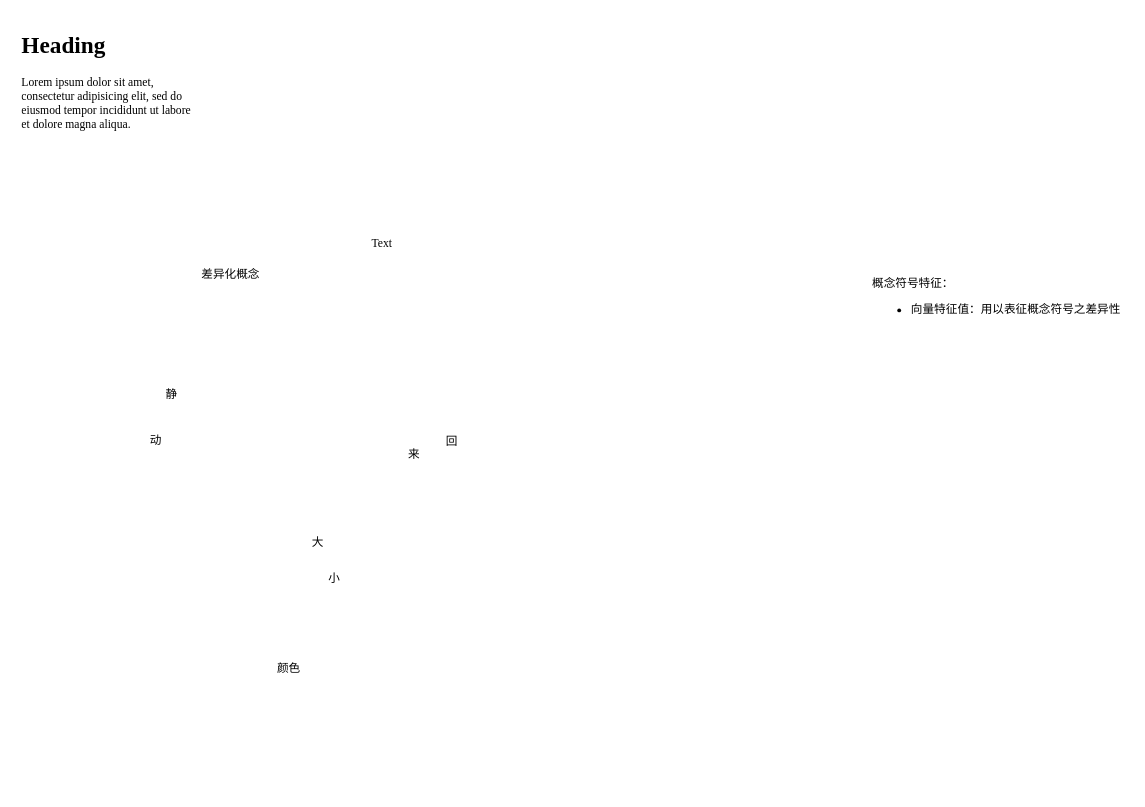
Above: page "概念结构" (6 of 8) of Analyse/总体分析框架.drawio in EntelechySystem/EntelechySystem_theory (draw.io), before the change. Source tidied: cells renumbered, new cells numbered last; positions are measured from the earlier drawing's top-left corner, leaving out a move shared by most shapes. Both pictures are drawn from the tidied source at 97%, with x=0, y=0 at pixel (16, 26).
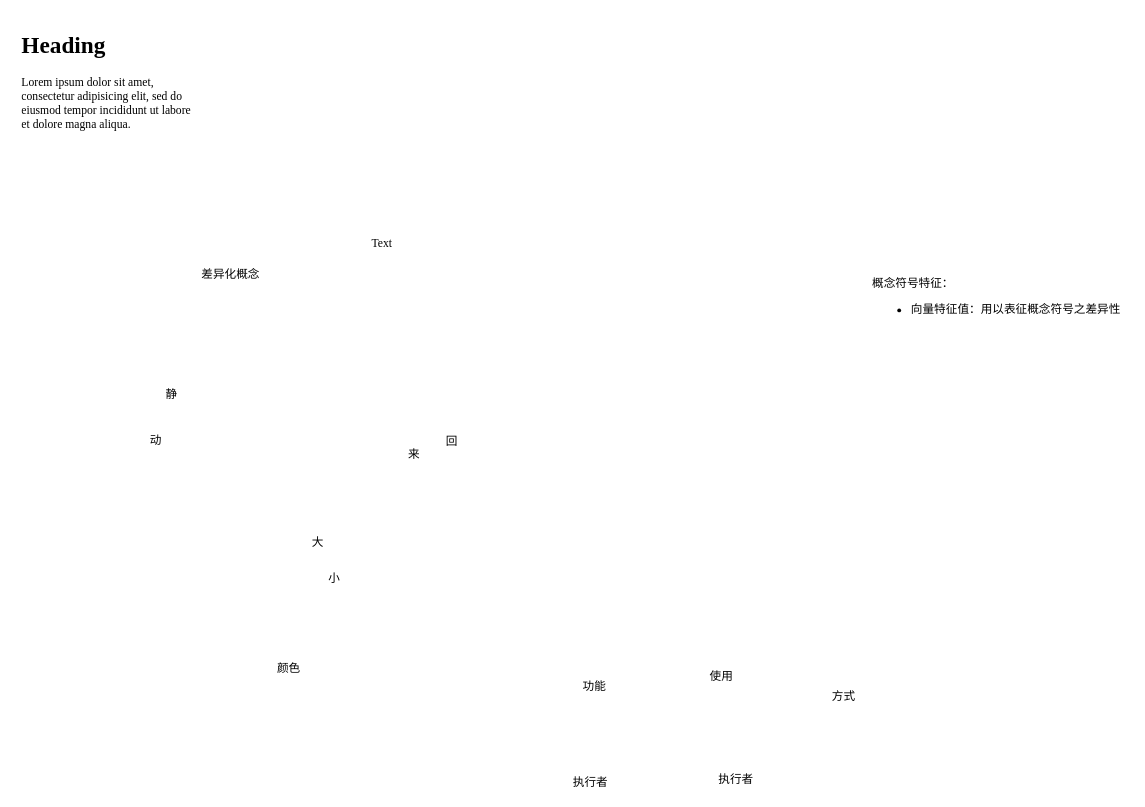
Above is the later version.

Change to the diagram source:
```diff
@@
 <mxGraphModel>
   <root>
     <mxCell id="0" />
     <mxCell id="1" parent="0" />
     <mxCell id="2" value="差异化概念" style="text;html=1;align=center;verticalAlign=middle;strokeColor=none;fillColor=none;fontFamily=Times New Roman;" parent="1" vertex="1">
       <mxGeometry x="185" y="247" width="70" height="18" as="geometry" />
     </mxCell>
     <mxCell id="3" value="颜色" style="text;html=1;align=center;verticalAlign=middle;strokeColor=none;fillColor=none;fontFamily=Times New Roman;labelBorderColor=none;labelBackgroundColor=default;" parent="1" vertex="1">
       <mxGeometry x="263" y="653" width="34" height="18" as="geometry" />
     </mxCell>
     <mxCell id="4" value="大" style="text;html=1;align=center;verticalAlign=middle;strokeColor=none;fillColor=none;fontFamily=Times New Roman;labelBorderColor=none;labelBackgroundColor=none;" parent="1" vertex="1">
       <mxGeometry x="299" y="523" width="22" height="18" as="geometry" />
     </mxCell>
     <mxCell id="5" value="小" style="text;html=1;align=center;verticalAlign=middle;strokeColor=none;fillColor=none;fontFamily=Times New Roman;labelBorderColor=none;labelBackgroundColor=none;" parent="1" vertex="1">
       <mxGeometry x="316" y="560" width="22" height="18" as="geometry" />
     </mxCell>
     <mxCell id="6" value="来" style="text;html=1;align=center;verticalAlign=middle;strokeColor=none;fillColor=none;fontFamily=Times New Roman;" parent="1" vertex="1">
       <mxGeometry x="398" y="432" width="22" height="18" as="geometry" />
     </mxCell>
     <mxCell id="7" value="回" style="text;html=1;align=center;verticalAlign=middle;strokeColor=none;fillColor=none;fontFamily=Times New Roman;" parent="1" vertex="1">
       <mxGeometry x="437" y="419" width="22" height="18" as="geometry" />
     </mxCell>
     <mxCell id="8" value="Text" style="text;html=1;align=center;verticalAlign=middle;strokeColor=none;fillColor=none;fontFamily=Times New Roman;" parent="1" vertex="1">
       <mxGeometry x="356" y="214" width="40" height="20" as="geometry" />
     </mxCell>
     <mxCell id="9" value="&lt;span style=&quot;background-color: initial;&quot;&gt;概念符号特征：&lt;/span&gt;&lt;br&gt;&lt;ul&gt;&lt;li&gt;向量特征值：用以表征概念符号之差异性&lt;/li&gt;&lt;/ul&gt;" style="text;html=1;align=left;verticalAlign=middle;strokeColor=none;fillColor=none;fontFamily=Times New Roman;" parent="1" vertex="1">
       <mxGeometry x="880" y="256" width="266" height="56" as="geometry" />
     </mxCell>
     <mxCell id="10" value="&lt;h1&gt;Heading&lt;/h1&gt;&lt;p&gt;Lorem ipsum dolor sit amet, consectetur adipisicing elit, sed do eiusmod tempor incididunt ut labore et dolore magna aliqua.&lt;/p&gt;" style="text;html=1;strokeColor=none;fillColor=none;spacing=5;spacingTop=-20;whiteSpace=wrap;overflow=hidden;rounded=0;labelBackgroundColor=none;labelBorderColor=none;fontFamily=Times New Roman;" parent="1" vertex="1">
       <mxGeometry width="190" height="120" as="geometry" />
     </mxCell>
     <mxCell id="11" value="动" style="text;html=1;align=center;verticalAlign=middle;strokeColor=none;fillColor=none;fontFamily=Times New Roman;" parent="1" vertex="1">
       <mxGeometry x="132" y="418" width="22" height="18" as="geometry" />
     </mxCell>
     <mxCell id="12" value="静" style="text;html=1;align=center;verticalAlign=middle;strokeColor=none;fillColor=none;fontFamily=Times New Roman;" parent="1" vertex="1">
       <mxGeometry x="148" y="370" width="22" height="18" as="geometry" />
     </mxCell>
+    <mxCell id="13" value="功能" style="text;html=1;align=center;verticalAlign=middle;strokeColor=none;fillColor=none;fontSize=12;fontFamily=Times New Roman;fontColor=default;" parent="1" vertex="1">
+      <mxGeometry x="578" y="671" width="34" height="18" as="geometry" />
+    </mxCell>
+    <mxCell id="14" value="执行者" style="text;html=1;align=center;verticalAlign=middle;strokeColor=none;fillColor=none;fontSize=12;fontFamily=Times New Roman;fontColor=default;" parent="1" vertex="1">
+      <mxGeometry x="568" y="770" width="46" height="18" as="geometry" />
+    </mxCell>
+    <mxCell id="15" value="执行者" style="text;html=1;align=center;verticalAlign=middle;strokeColor=none;fillColor=none;fontSize=12;fontFamily=Times New Roman;fontColor=default;" parent="1" vertex="1">
+      <mxGeometry x="718" y="767" width="46" height="18" as="geometry" />
+    </mxCell>
+    <mxCell id="16" value="使用" style="text;html=1;align=center;verticalAlign=middle;strokeColor=none;fillColor=none;fontSize=12;fontFamily=Times New Roman;fontColor=default;" parent="1" vertex="1">
+      <mxGeometry x="709" y="661" width="34" height="18" as="geometry" />
+    </mxCell>
+    <mxCell id="17" value="方式" style="text;html=1;align=center;verticalAlign=middle;strokeColor=none;fillColor=none;fontSize=12;fontFamily=Times New Roman;fontColor=default;" parent="1" vertex="1">
+      <mxGeometry x="835" y="682" width="34" height="18" as="geometry" />
+    </mxCell>
   </root>
 </mxGraphModel>
```
